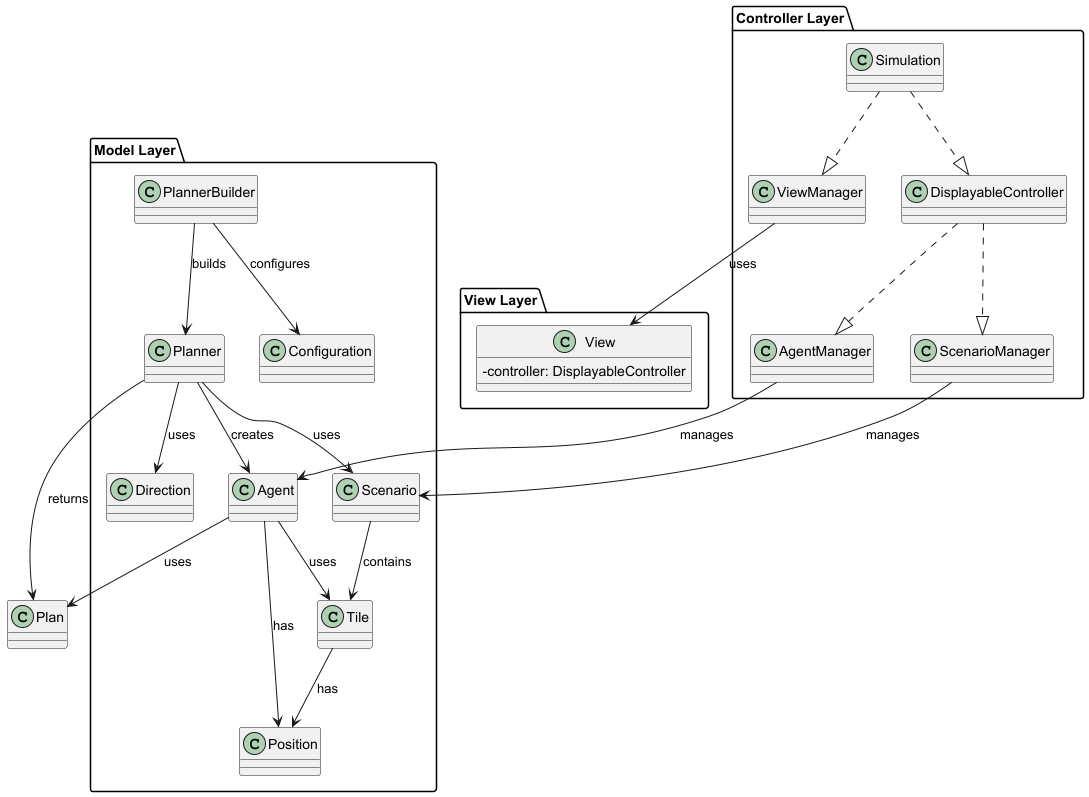
The PlantUML diagram resources/architettura.png in g-mainardi/PPS-24-scala-path, before a commit.
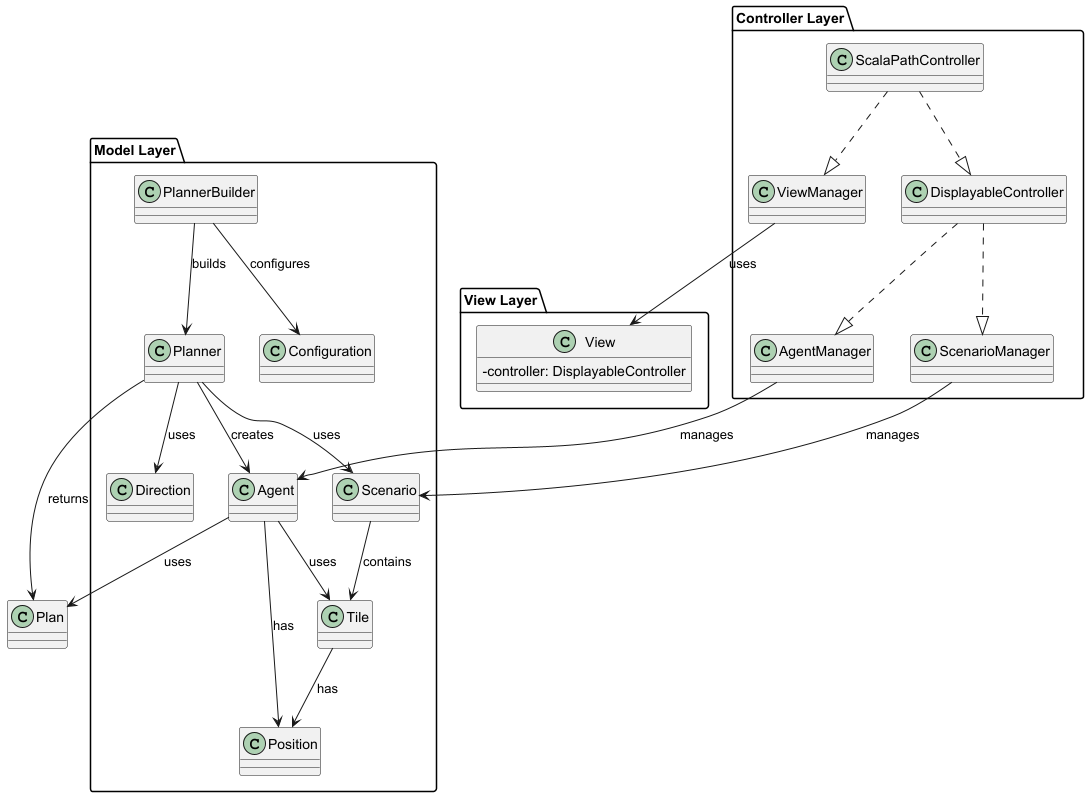
After the change.

Commit message:
docs: renaming traits and removing notes in UMLs

The edit, as a diff of the source:
```diff
@@ -11,7 +11,7 @@
   class DisplayableController
   class ViewManager
   class AgentManager
-  class Simulation
+  class ScalaPathController
   class ScenarioManager
 }
 
@@ -43,8 +43,8 @@
 Tile --> Position : has
 Planner --> Plan : returns
 
-Simulation ..|> DisplayableController
-Simulation ..|> ViewManager
+ScalaPathController ..|> DisplayableController
+ScalaPathController ..|> ViewManager
 ViewManager --> View : uses
 
 
```
